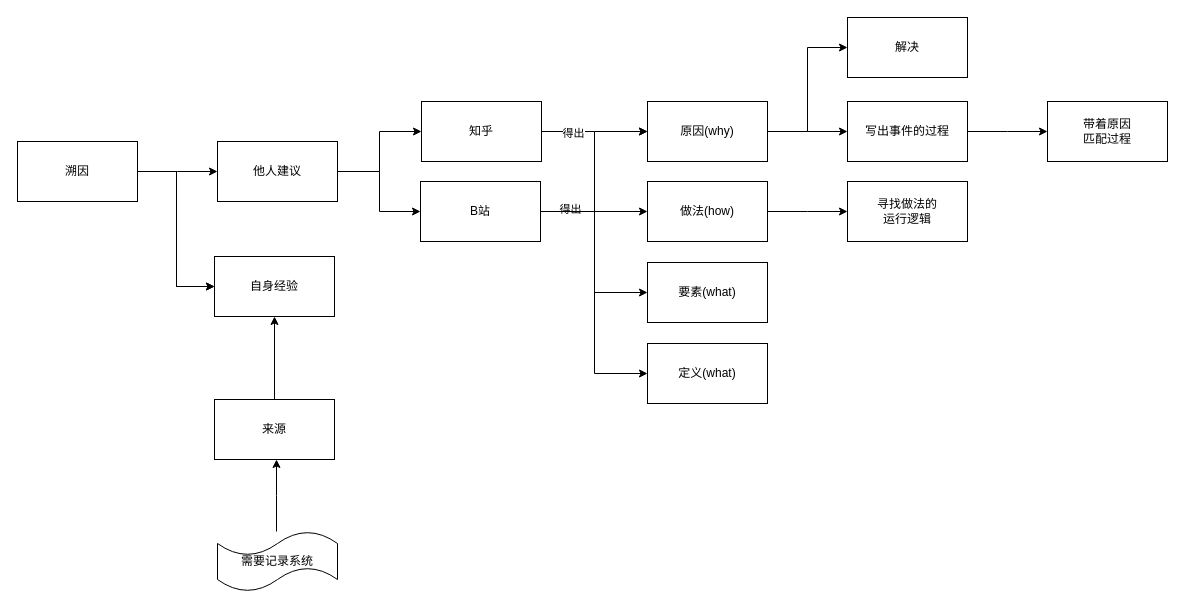
Before: page "第 4 页" (6 of 16) of Untitled Diagram.drawio in 1643001598/pdf, a draw.io diagram. Source tidied: cells renumbered, new cells numbered last; positions are measured from the earlier drawing's top-left corner, leaving out a move shared by most shapes. Both pictures are drawn from the tidied source at 100%, with x=0, y=0 at pixel (17, 17).
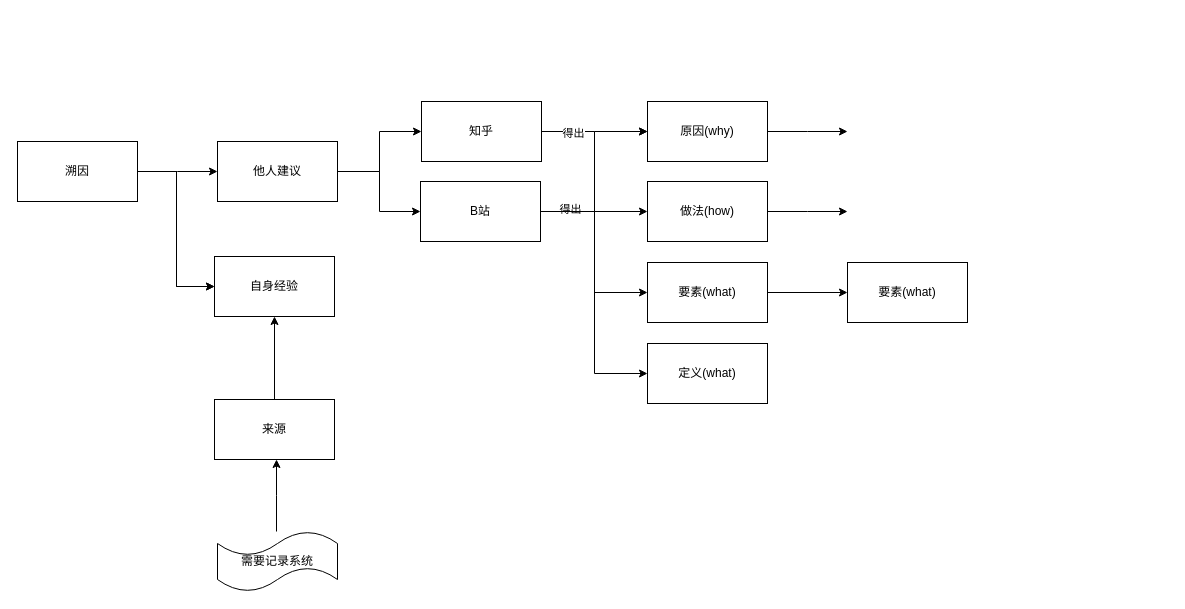
Above is the later version.

Unchanged cells that the change refers to:
```xml
<mxCell id="21" value="原因(why)" style="whiteSpace=wrap;html=1;" parent="1" vertex="1">
  <mxGeometry x="630" y="84" width="120" height="60" as="geometry" />
</mxCell>
<mxCell id="27" value="做法(how)" style="whiteSpace=wrap;html=1;" parent="1" vertex="1">
  <mxGeometry x="630" y="164" width="120" height="60" as="geometry" />
</mxCell>
<mxCell id="33" value="要素(what)" style="whiteSpace=wrap;html=1;" parent="1" vertex="1">
  <mxGeometry x="630" y="245" width="120" height="60" as="geometry" />
</mxCell>
```

The edit, as a diff of the source:
```diff
@@
-    <mxCell id="19" style="edgeStyle=elbowEdgeStyle;rounded=0;jettySize=auto;html=1;" parent="1" edge="1" source="21" target="30">
-      <mxGeometry relative="1" as="geometry" />
+    <mxCell id="19" style="edgeStyle=elbowEdgeStyle;rounded=0;jettySize=auto;html=1;" parent="1" edge="1" source="21">
+      <mxGeometry relative="1" as="geometry">
+        <mxPoint x="830" y="114" as="targetPoint" />
+      </mxGeometry>
     </mxCell>
-    <mxCell id="20" style="edgeStyle=elbowEdgeStyle;rounded=0;jettySize=auto;html=1;" parent="1" edge="1" source="21" target="32">
-      <mxGeometry relative="1" as="geometry" />
-    </mxCell>
@@
-    <mxCell id="26" style="edgeStyle=elbowEdgeStyle;rounded=0;jettySize=auto;html=1;" parent="1" edge="1" source="27" target="28">
-      <mxGeometry relative="1" as="geometry" />
+    <mxCell id="26" style="edgeStyle=elbowEdgeStyle;rounded=0;jettySize=auto;html=1;" parent="1" edge="1" source="27">
+      <mxGeometry relative="1" as="geometry">
+        <mxPoint x="830" y="194" as="targetPoint" />
+      </mxGeometry>
     </mxCell>
+    <mxCell id="34" value="&lt;div&gt;定义(what)&lt;/div&gt;" style="whiteSpace=wrap;html=1;" parent="1" vertex="1">
+      <mxGeometry x="630" y="326" width="120" height="60" as="geometry" />
+    </mxCell>
@@
-    <mxCell id="28" value="寻找做法的&lt;br&gt;运行逻辑" style="whiteSpace=wrap;html=1;" parent="1" vertex="1">
-      <mxGeometry x="830" y="164" width="120" height="60" as="geometry" />
-    </mxCell>
-    <mxCell id="29" style="edgeStyle=elbowEdgeStyle;rounded=0;jettySize=auto;html=1;" parent="1" edge="1" source="30" target="31">
-      <mxGeometry relative="1" as="geometry" />
-    </mxCell>
-    <mxCell id="30" value="&lt;div&gt;写出事件的过程&lt;/div&gt;" style="whiteSpace=wrap;html=1;" parent="1" vertex="1">
-      <mxGeometry x="830" y="84" width="120" height="60" as="geometry" />
-    </mxCell>
-    <mxCell id="31" value="带着原因&lt;br&gt;匹配过程" style="whiteSpace=wrap;html=1;" parent="1" vertex="1">
-      <mxGeometry x="1030" y="84" width="120" height="60" as="geometry" />
-    </mxCell>
-    <mxCell id="32" value="解决" style="whiteSpace=wrap;html=1;" parent="1" vertex="1">
-      <mxGeometry x="830" width="120" height="60" as="geometry" />
-    </mxCell>
+    <mxCell id="35" style="edgeStyle=orthogonalEdgeStyle;rounded=0;jettySize=auto;html=1;" parent="1" edge="1" source="33" target="36">
+      <mxGeometry relative="1" as="geometry" />
+    </mxCell>
@@
-    <mxCell id="34" value="&lt;div&gt;定义(what)&lt;/div&gt;" style="whiteSpace=wrap;html=1;" parent="1" vertex="1">
-      <mxGeometry x="630" y="326" width="120" height="60" as="geometry" />
-    </mxCell>
+    <mxCell id="36" value="要素(what)" style="whiteSpace=wrap;html=1;" parent="1" vertex="1">
+      <mxGeometry x="830" y="245" width="120" height="60" as="geometry" />
+    </mxCell>
```
